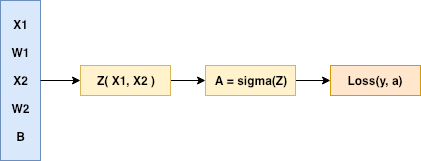
The draw.io diagram assets/images/nn1/applied-schema1.png in AlexPeterBec/alexpeterbec.github.io, before a commit. Source tidied: cells renumbered, new cells last; positions are measured from the earlier drawing's top-left corner, leaving out a move shared by most shapes.
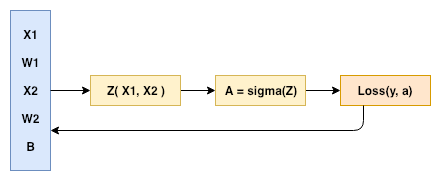
Later version of the same file.

Commit message:
applied descent

Change to the diagram source:
```diff
@@ -25,5 +25,12 @@
     <mxCell id="8" value="Loss(y, a)" style="rounded=0;whiteSpace=wrap;html=1;fontStyle=1;fillColor=#ffe6cc;strokeColor=#d79b00;" parent="1" vertex="1">
       <mxGeometry x="330" y="65" width="90" height="30" as="geometry" />
     </mxCell>
+    <mxCell id="9" style="endArrow=classic;html=1;entryX=1;entryY=0.75;entryDx=0;entryDy=0;exitX=0.25;exitY=1;exitDx=0;exitDy=0;" parent="1" edge="1" source="8" target="2">
+      <mxGeometry relative="1" as="geometry">
+        <Array as="points">
+          <mxPoint x="353" y="120" />
+        </Array>
+      </mxGeometry>
+    </mxCell>
   </root>
 </mxGraphModel>
```
